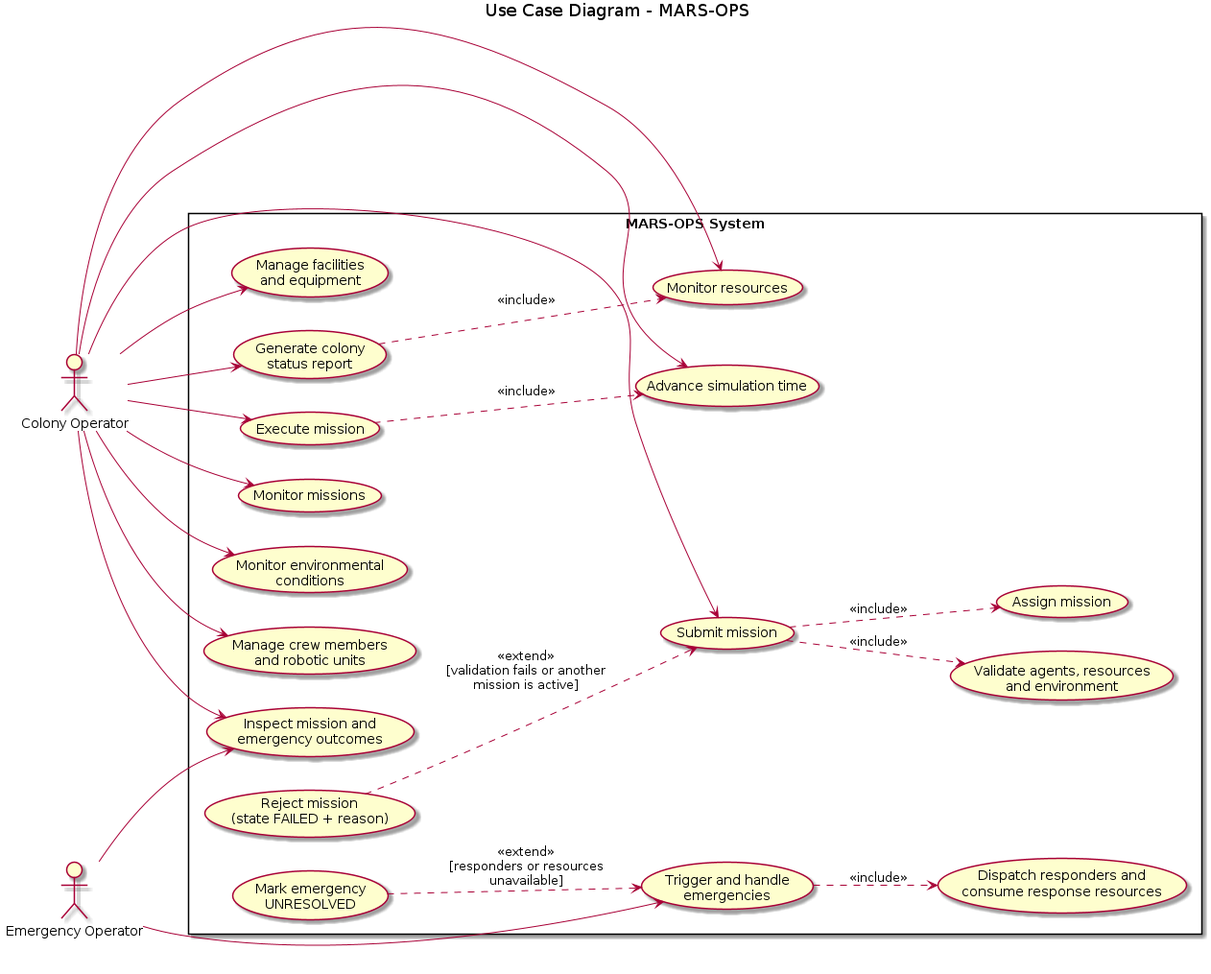
Toqa-Elsaqqa/MarsColony keeps this PlantUML diagram as docs/use_case_diagram.png. Above is the earlier version. Its source is kept beside it as docs/use_case_diagram.puml.
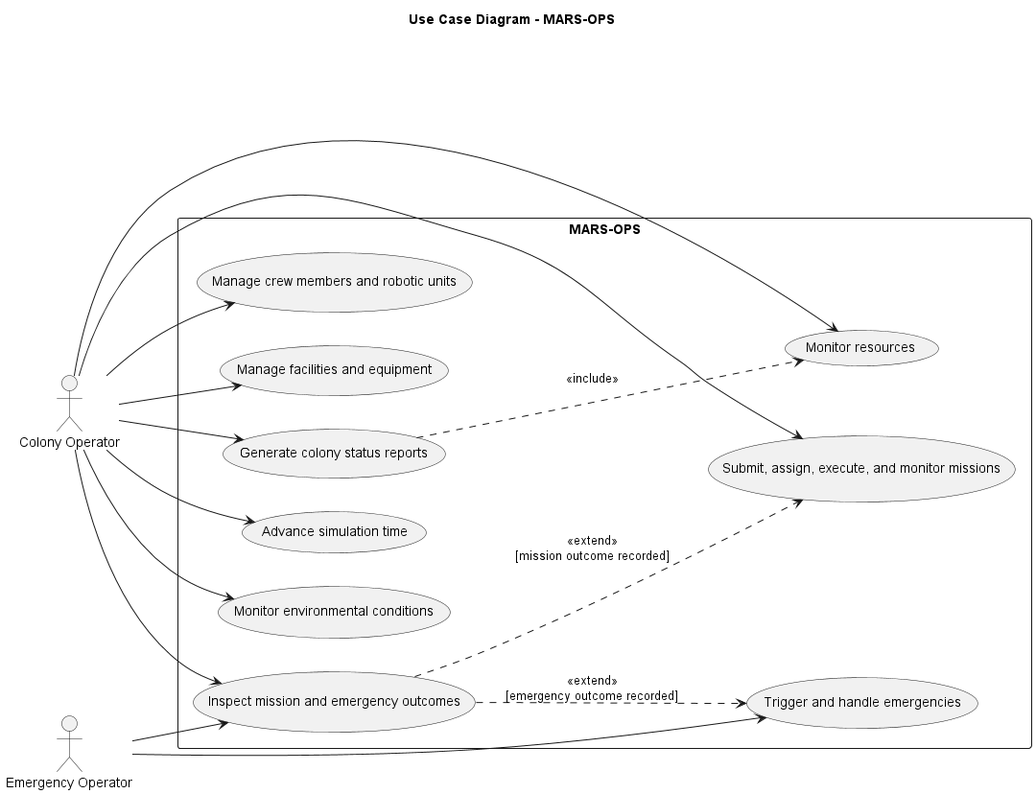
After the change.

Change to the diagram source:
```diff
@@ -30,7 +30,6 @@
 EO --> UC9
 
 UC4 ..> UC3 : <<include>>
-UC5 ..> UC6 : <<include>>
 UC9 ..> UC5 : <<extend>>\n[mission outcome recorded]
 UC9 ..> UC8 : <<extend>>\n[emergency outcome recorded]
 @enduml
```
